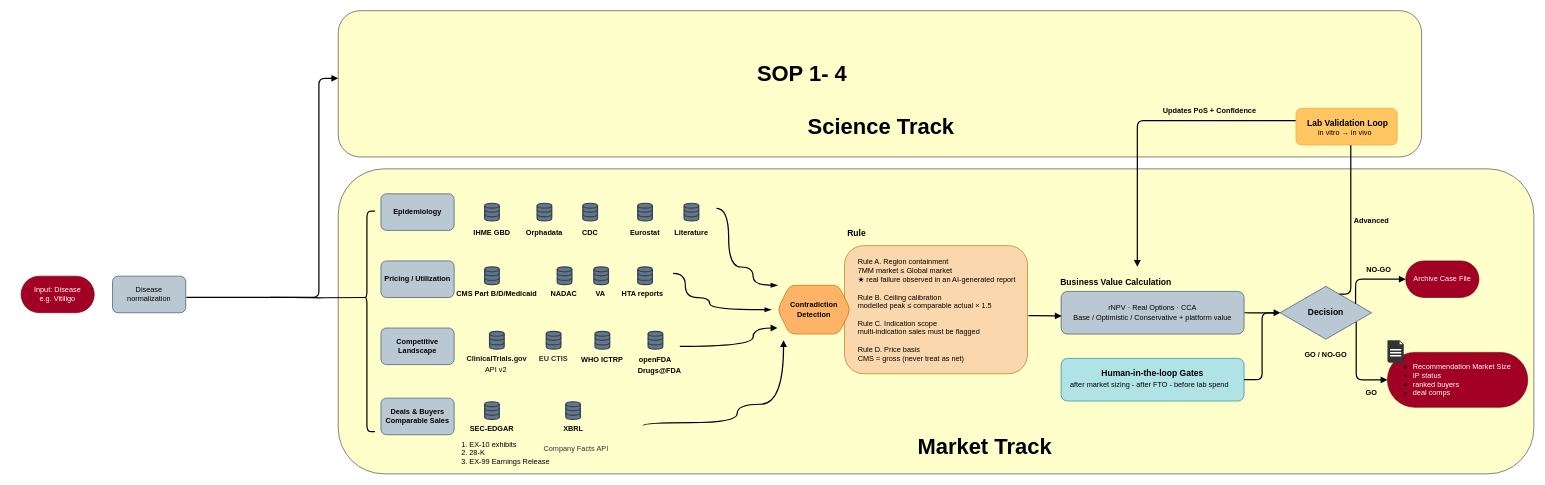
Before: page "Full Business" (1 of 3) of repurgenesis_bd.drawio in paulkao-ai/flowchart, a draw.io diagram. Source tidied: cells renumbered, new cells numbered last; positions are measured from the earlier drawing's top-left corner, leaving out a move shared by most shapes. Both pictures are drawn from the tidied source at 61%, with x=0, y=0 at pixel (21, 10).
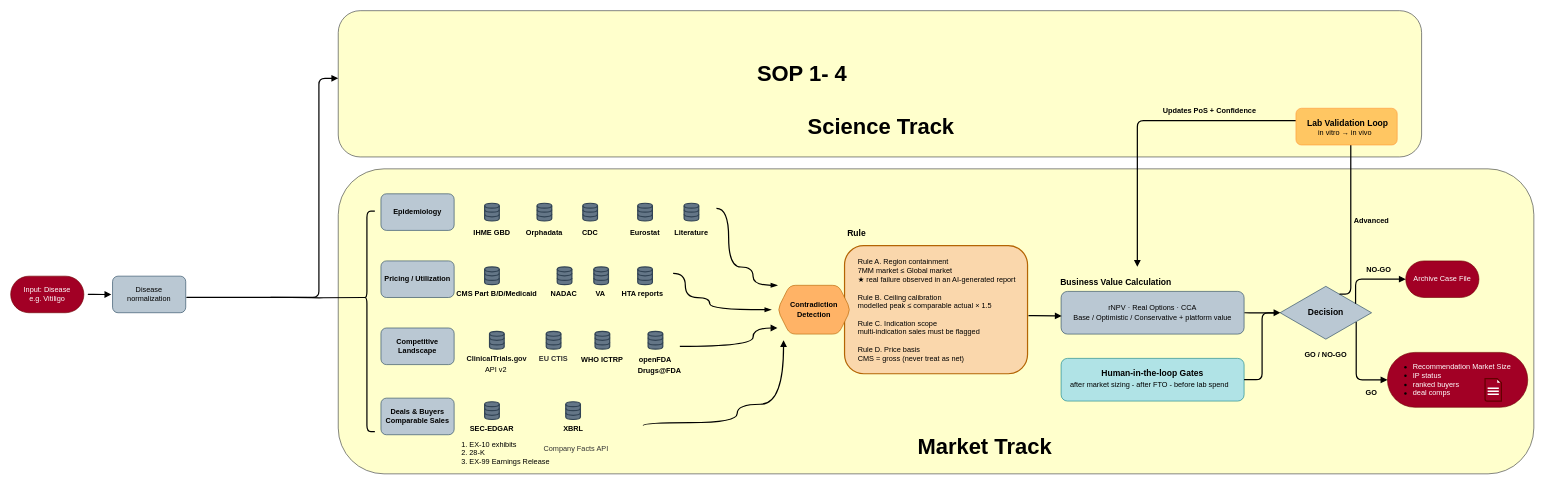
After the change.

The change refers to these unchanged cells:
```xml
<mxCell id="47" style="group;rounded=1;fontColor=light-dark(#ffffff, #ededed);" parent="1" vertex="1">
  <mxGeometry x="2240" y="560.2" width="230" height="90" as="geometry" />
</mxCell>
```

Change to the diagram source:
```diff
@@
     <mxCell id="8" value="Input: Disease&lt;br&gt;e.g. Vitiligo" style="rounded=1;whiteSpace=wrap;html=1;arcSize=50;fillColor=#a20025;fontColor=#ffffff;strokeColor=#6F0000;" parent="1" vertex="1">
-      <mxGeometry y="435.2" width="120" height="60" as="geometry" />
+      <mxGeometry x="-17" y="435.2" width="120" height="60" as="geometry" />
     </mxCell>
@@
-    <mxCell id="29" style="rounded=1;whiteSpace=wrap;html=1;fillColor=#fad7ac;strokeColor=#b46504;" parent="1" vertex="1">
+    <mxCell id="29" style="rounded=1;whiteSpace=wrap;html=1;fillColor=#fad7ac;strokeColor=#b46504;strokeWidth=2;" parent="1" vertex="1">
       <mxGeometry x="1350" y="385.2" width="300" height="210" as="geometry" />
     </mxCell>
@@
-    <mxCell id="50" style="shadow=0;dashed=0;html=1;strokeColor=none;fillColor=light-dark(#333333,#FFFFFF);labelPosition=center;verticalLabelPosition=bottom;verticalAlign=top;align=center;shape=mxgraph.veeam.2d.report;rounded=1;" parent="47" vertex="1">
-      <mxGeometry y="-20" width="26.8" height="37" as="geometry" />
+    <mxCell id="50" style="shadow=0;dashed=0;html=1;labelPosition=center;verticalLabelPosition=bottom;verticalAlign=top;align=center;shape=mxgraph.veeam.2d.report;rounded=1;fillColor=#a20025;strokeColor=#630000;fontColor=#ffffff;strokeWidth=2;" parent="47" vertex="1">
+      <mxGeometry x="160" y="43" width="26.8" height="37" as="geometry" />
     </mxCell>
@@
+    <mxCell id="92" style="edgeStyle=orthogonalEdgeStyle;orthogonalLoop=1;jettySize=auto;html=1;rounded=1;strokeWidth=2;endArrow=block;endFill=1;exitX=1;exitY=0.5;exitDx=0;exitDy=0;" parent="1" edge="1">
+      <mxGeometry relative="1" as="geometry">
+        <mxPoint x="114" y="465" as="sourcePoint" />
+        <mxPoint x="148" y="465.4" as="targetPoint" />
+        <Array as="points">
+          <mxPoint x="108" y="465.2" />
+        </Array>
+      </mxGeometry>
+    </mxCell>
```
